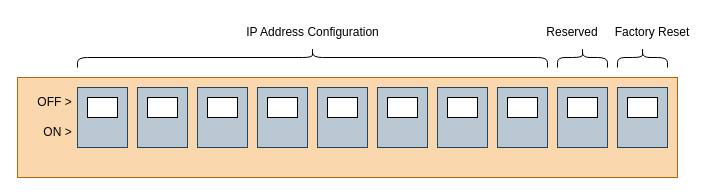
The draw.io diagram diagrams/dip_switches/base.dio in show-io/showio-docs, before the edit. Source tidied: cells renumbered, new cells numbered last; positions are measured from the earlier drawing's top-left corner, leaving out a move shared by most shapes. Both pictures are drawn from the tidied source at 100%, with x=0, y=0 at pixel (17, -178).
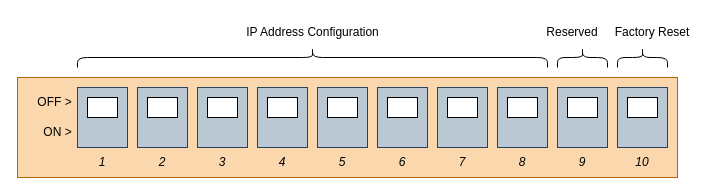
The same page after the edit.

Diff of the diagram source:
```diff
@@
+    <mxCell id="31" value="&lt;i&gt;1&lt;/i&gt;" style="text;html=1;align=center;verticalAlign=middle;whiteSpace=wrap;rounded=0;" parent="1" vertex="1">
+      <mxGeometry x="60" y="325" width="50" height="30" as="geometry" />
+    </mxCell>
+    <mxCell id="32" value="&lt;i&gt;2&lt;/i&gt;" style="text;html=1;align=center;verticalAlign=middle;whiteSpace=wrap;rounded=0;" parent="1" vertex="1">
+      <mxGeometry x="120" y="325" width="50" height="30" as="geometry" />
+    </mxCell>
+    <mxCell id="33" value="&lt;i&gt;3&lt;/i&gt;" style="text;html=1;align=center;verticalAlign=middle;whiteSpace=wrap;rounded=0;" parent="1" vertex="1">
+      <mxGeometry x="180" y="325" width="50" height="30" as="geometry" />
+    </mxCell>
+    <mxCell id="34" value="&lt;i&gt;4&lt;/i&gt;" style="text;html=1;align=center;verticalAlign=middle;whiteSpace=wrap;rounded=0;" parent="1" vertex="1">
+      <mxGeometry x="240" y="325" width="50" height="30" as="geometry" />
+    </mxCell>
+    <mxCell id="35" value="&lt;i&gt;5&lt;/i&gt;" style="text;html=1;align=center;verticalAlign=middle;whiteSpace=wrap;rounded=0;" parent="1" vertex="1">
+      <mxGeometry x="300" y="325" width="50" height="30" as="geometry" />
+    </mxCell>
+    <mxCell id="36" value="&lt;i&gt;6&lt;/i&gt;" style="text;html=1;align=center;verticalAlign=middle;whiteSpace=wrap;rounded=0;" parent="1" vertex="1">
+      <mxGeometry x="360" y="325" width="50" height="30" as="geometry" />
+    </mxCell>
+    <mxCell id="37" value="&lt;i&gt;7&lt;/i&gt;" style="text;html=1;align=center;verticalAlign=middle;whiteSpace=wrap;rounded=0;" parent="1" vertex="1">
+      <mxGeometry x="420" y="325" width="50" height="30" as="geometry" />
+    </mxCell>
+    <mxCell id="38" value="&lt;i&gt;8&lt;/i&gt;" style="text;html=1;align=center;verticalAlign=middle;whiteSpace=wrap;rounded=0;" parent="1" vertex="1">
+      <mxGeometry x="480" y="325" width="50" height="30" as="geometry" />
+    </mxCell>
+    <mxCell id="39" value="&lt;i&gt;9&lt;/i&gt;" style="text;html=1;align=center;verticalAlign=middle;whiteSpace=wrap;rounded=0;" parent="1" vertex="1">
+      <mxGeometry x="540" y="325" width="50" height="30" as="geometry" />
+    </mxCell>
+    <mxCell id="40" value="&lt;i&gt;10&lt;/i&gt;" style="text;html=1;align=center;verticalAlign=middle;whiteSpace=wrap;rounded=0;" parent="1" vertex="1">
+      <mxGeometry x="600" y="325" width="50" height="30" as="geometry" />
+    </mxCell>
```
